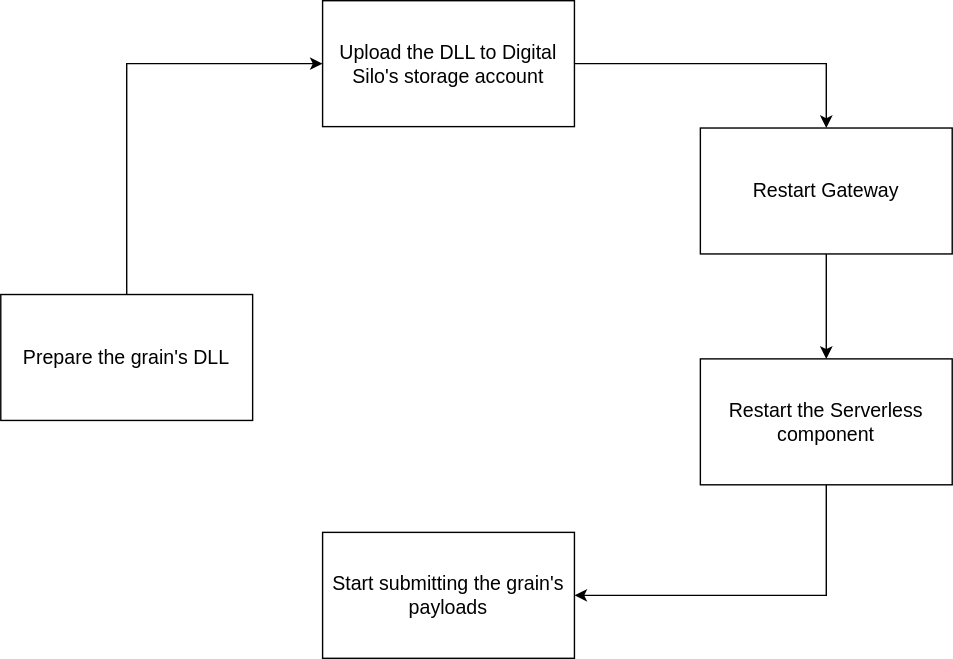
Before: assets/Untitled Diagram.svg, a diagram exported from draw.io (DigitalSilo/digitalsilodocs). Source tidied: cells renumbered, new cells last; positions are measured from the earlier drawing's top-left corner, leaving out a move shared by most shapes.
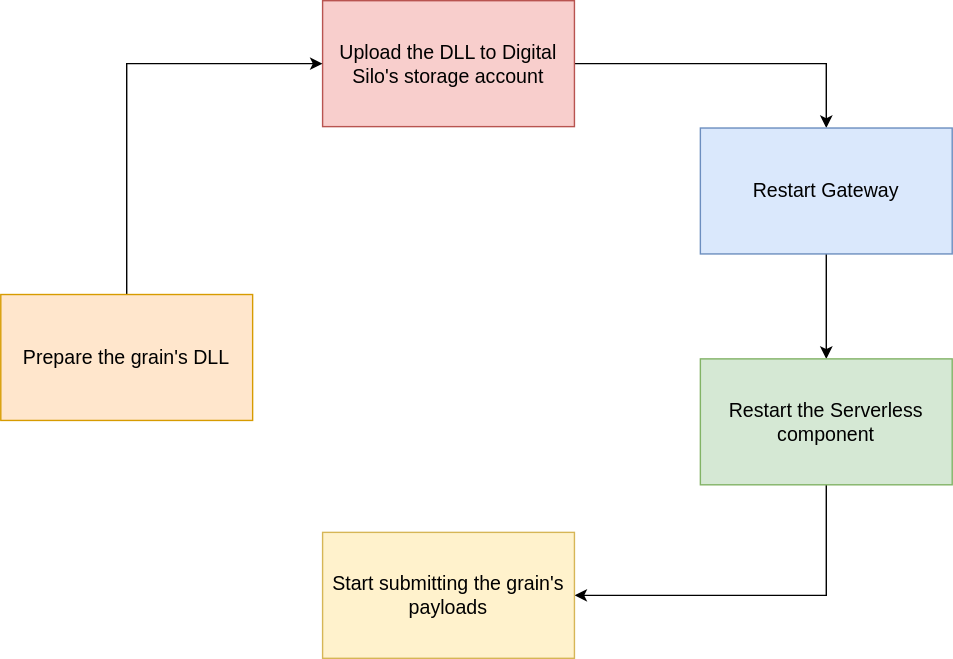
The same diagram one commit later.

Change to the diagram source:
```diff
@@ -5,28 +5,28 @@
     <mxCell id="2" style="edgeStyle=orthogonalEdgeStyle;rounded=0;jettySize=auto;html=1;exitX=1;exitY=0.5;exitDx=0;exitDy=0;entryX=0.5;entryY=0;entryDx=0;entryDy=0;fontSize=14;" parent="1" edge="1" source="3" target="7">
       <mxGeometry relative="1" as="geometry" />
     </mxCell>
-    <mxCell id="3" value="Upload the DLL to Digital Silo's storage account" style="rounded=0;whiteSpace=wrap;html=1;fontSize=14;" parent="1" vertex="1">
+    <mxCell id="3" value="Upload the DLL to Digital Silo's storage account" style="rounded=0;whiteSpace=wrap;html=1;fontSize=14;fillColor=#f8cecc;strokeColor=#b85450;" parent="1" vertex="1">
       <mxGeometry x="230" width="180" height="90" as="geometry" />
     </mxCell>
     <mxCell id="4" style="edgeStyle=orthogonalEdgeStyle;rounded=0;jettySize=auto;html=1;exitX=0.5;exitY=0;exitDx=0;exitDy=0;entryX=0;entryY=0.5;entryDx=0;entryDy=0;fontSize=14;" parent="1" edge="1" source="5" target="3">
       <mxGeometry relative="1" as="geometry" />
     </mxCell>
-    <mxCell id="5" value="Prepare the grain's DLL" style="rounded=0;whiteSpace=wrap;html=1;fontSize=14;" parent="1" vertex="1">
+    <mxCell id="5" value="Prepare the grain's DLL" style="rounded=0;whiteSpace=wrap;html=1;fontSize=14;fillColor=#ffe6cc;strokeColor=#d79b00;" parent="1" vertex="1">
       <mxGeometry y="210" width="180" height="90" as="geometry" />
     </mxCell>
     <mxCell id="6" style="edgeStyle=orthogonalEdgeStyle;rounded=0;jettySize=auto;html=1;exitX=0.5;exitY=1;exitDx=0;exitDy=0;entryX=0.5;entryY=0;entryDx=0;entryDy=0;fontSize=14;" parent="1" edge="1" source="7" target="9">
       <mxGeometry relative="1" as="geometry" />
     </mxCell>
-    <mxCell id="7" value="Restart Gateway" style="rounded=0;whiteSpace=wrap;html=1;fontSize=14;" parent="1" vertex="1">
+    <mxCell id="7" value="Restart Gateway" style="rounded=0;whiteSpace=wrap;html=1;fontSize=14;fillColor=#dae8fc;strokeColor=#6c8ebf;" parent="1" vertex="1">
       <mxGeometry x="500" y="91" width="180" height="90" as="geometry" />
     </mxCell>
     <mxCell id="8" style="edgeStyle=orthogonalEdgeStyle;rounded=0;jettySize=auto;html=1;exitX=0.5;exitY=1;exitDx=0;exitDy=0;entryX=1;entryY=0.5;entryDx=0;entryDy=0;fontSize=14;" parent="1" edge="1" source="9" target="10">
       <mxGeometry relative="1" as="geometry" />
     </mxCell>
-    <mxCell id="9" value="Restart the Serverless&lt;br&gt;component" style="rounded=0;whiteSpace=wrap;html=1;fontSize=14;" parent="1" vertex="1">
+    <mxCell id="9" value="Restart the Serverless&lt;br&gt;component" style="rounded=0;whiteSpace=wrap;html=1;fontSize=14;fillColor=#d5e8d4;strokeColor=#82b366;" parent="1" vertex="1">
       <mxGeometry x="500" y="256" width="180" height="90" as="geometry" />
     </mxCell>
-    <mxCell id="10" value="Start submitting the grain's payloads" style="rounded=0;whiteSpace=wrap;html=1;fontSize=14;" parent="1" vertex="1">
+    <mxCell id="10" value="Start submitting the grain's payloads" style="rounded=0;whiteSpace=wrap;html=1;fontSize=14;fillColor=#fff2cc;strokeColor=#d6b656;" parent="1" vertex="1">
       <mxGeometry x="230" y="380" width="180" height="90" as="geometry" />
     </mxCell>
   </root>
```
